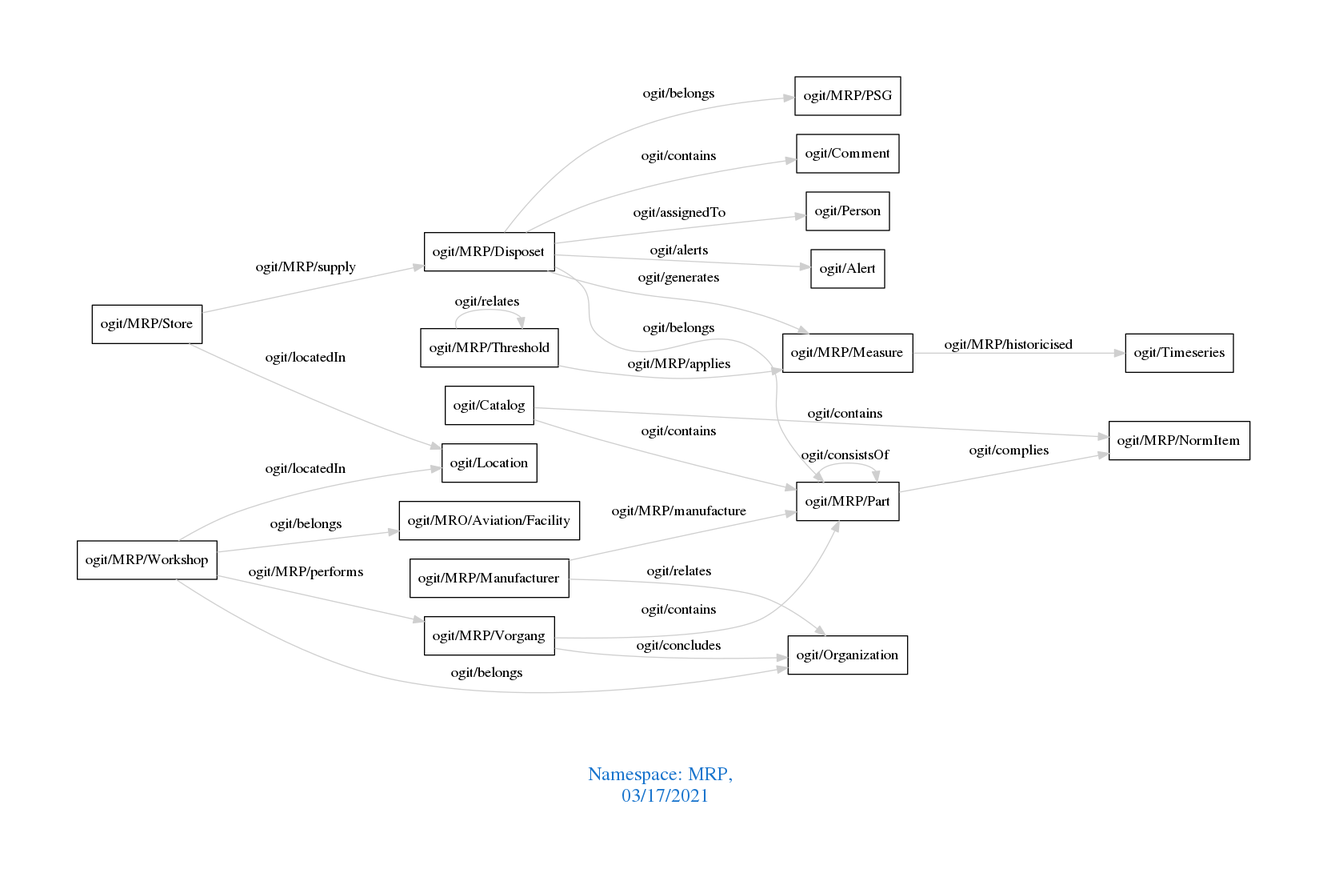
Before: downloads/MRP.png, a diagram exported from Graphviz (arago/OGIT). Its source is kept beside it as downloads/MRP.dot.
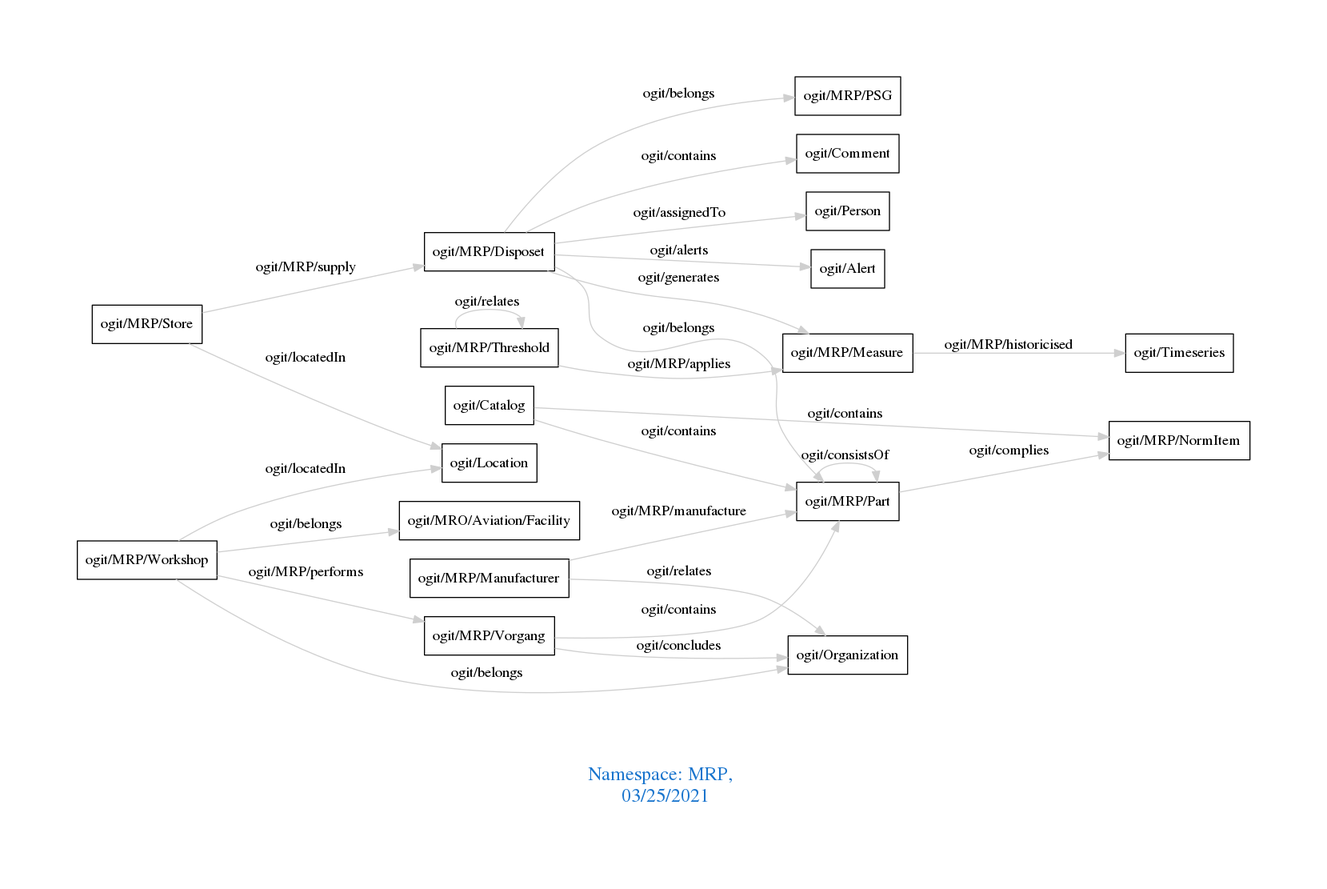
Later version of the same file.

Change to the diagram source:
```diff
@@ -1,7 +1,7 @@
 digraph OGIT_ontology {
  graph [ rankdir= LR,pad=1
 fontsize = 18,
-fontcolor= dodgerblue3,label = "\n\n\nNamespace: MRP, \n 03/17/2021"];
+fontcolor= dodgerblue3,label = "\n\n\nNamespace: MRP, \n 03/25/2021"];
 node[shape=polygon];
 edge [  color="gray81"];
 
```
